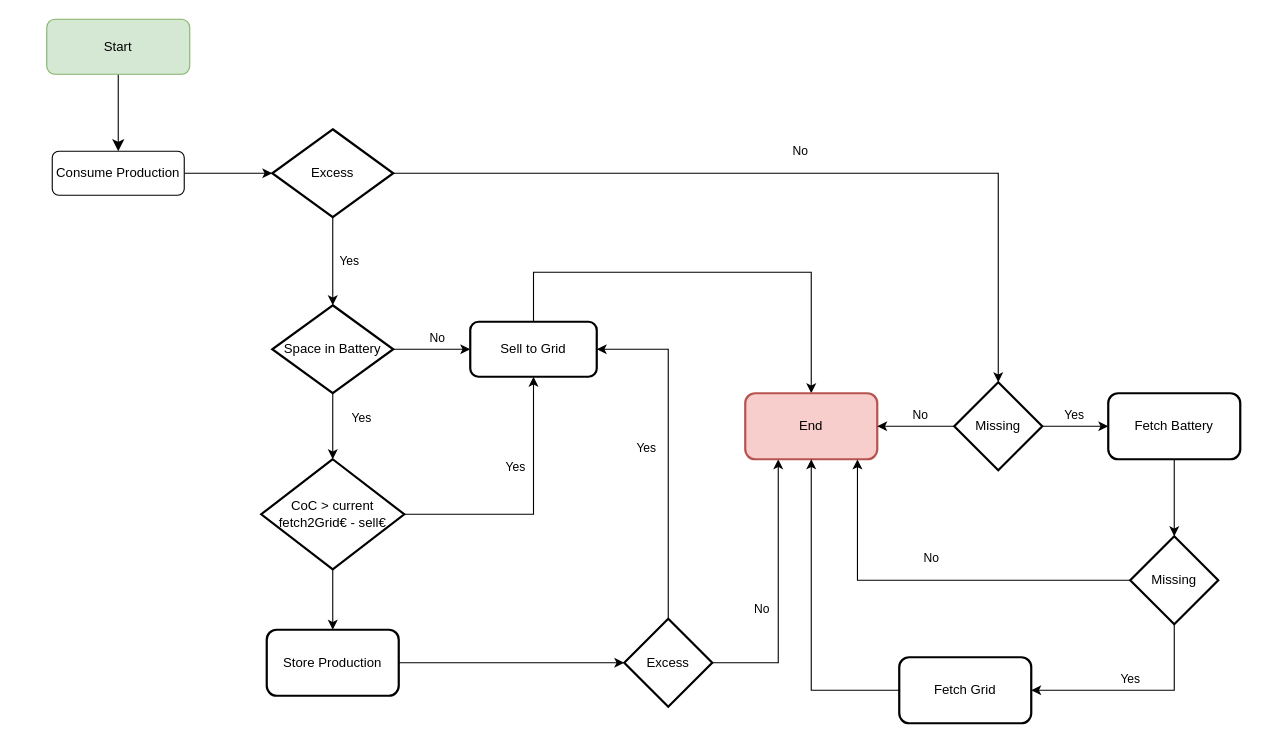
Above: images/algorithm.drawio in miguelmatos-ua/sistema_gestao_rec (draw.io), before the change. Source tidied: cells renumbered, new cells numbered last; positions are measured from the earlier drawing's top-left corner, leaving out a move shared by most shapes. Both pictures are drawn from the tidied source at 110%, with x=0, y=0 at pixel (46, 19).
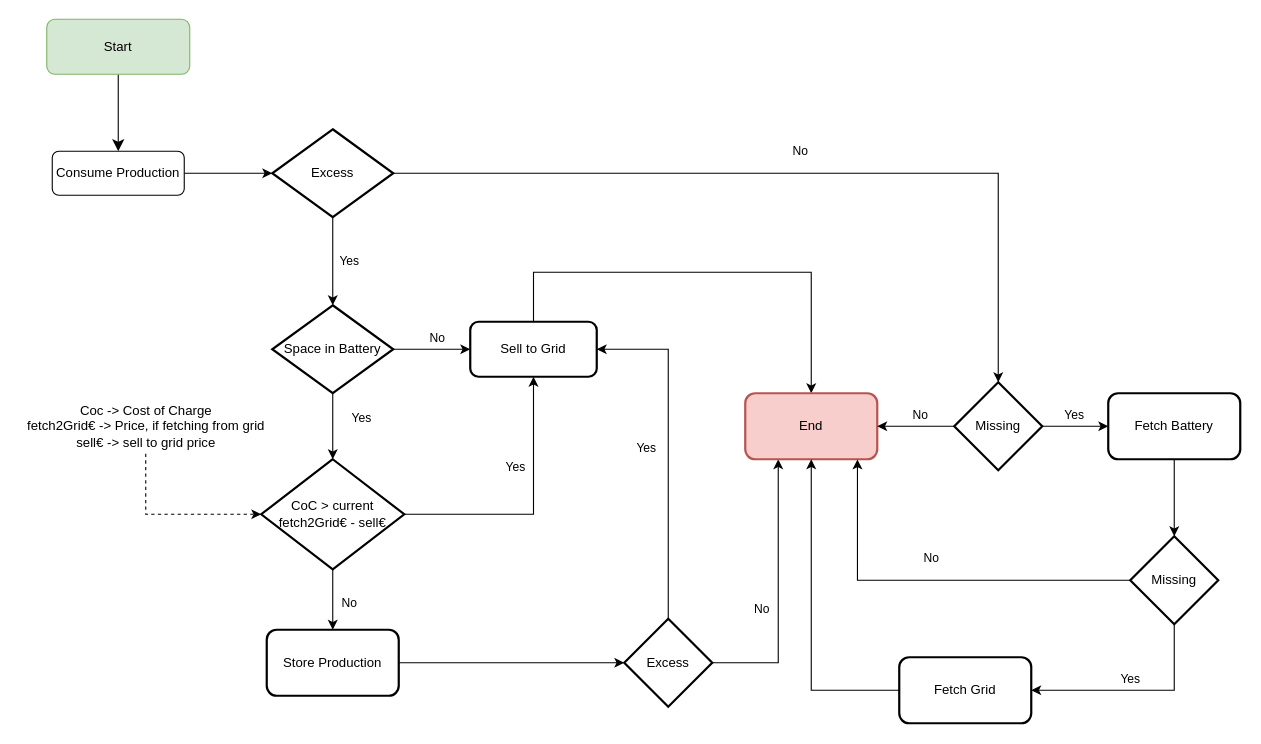
The same page after the edit.

The change refers to these unchanged cells:
```xml
<mxCell id="19" value="Store Production" style="whiteSpace=wrap;html=1;strokeWidth=2;rounded=1;" parent="1" vertex="1">
  <mxGeometry x="200" y="555" width="120" height="60" as="geometry" />
</mxCell>
<mxCell id="20" value="CoC &amp;gt; current fetch2Grid€ - sell€" style="strokeWidth=2;html=1;shape=mxgraph.flowchart.decision;whiteSpace=wrap;rounded=1;gradientColor=none;" parent="1" vertex="1">
  <mxGeometry x="195" y="400" width="130" height="100" as="geometry" />
</mxCell>
```

The edit, as a diff of the source:
```diff
@@
-    <mxCell id="17" style="edgeStyle=orthogonalEdgeStyle;rounded=0;jettySize=auto;html=1;exitX=0.5;exitY=1;exitDx=0;exitDy=0;exitPerimeter=0;" parent="1" edge="1" source="20" target="19">
-      <mxGeometry relative="1" as="geometry" />
+    <mxCell id="17" value="No" style="edgeStyle=orthogonalEdgeStyle;rounded=0;jettySize=auto;html=1;exitX=0.5;exitY=1;exitDx=0;exitDy=0;exitPerimeter=0;" parent="1" edge="1" source="20" target="19">
+      <mxGeometry x="0.09" y="15" relative="1" as="geometry">
+        <mxPoint y="1" as="offset" />
+      </mxGeometry>
     </mxCell>
@@
+    <mxCell id="35" style="edgeStyle=orthogonalEdgeStyle;rounded=0;sketch=0;jettySize=auto;html=1;entryX=0;entryY=0.5;entryDx=0;entryDy=0;entryPerimeter=0;endArrow=classic;endFill=1;dashed=1;" parent="1" edge="1" source="36" target="20">
+      <mxGeometry relative="1" as="geometry" />
+    </mxCell>
+    <mxCell id="36" value="&lt;div&gt;Coc -&amp;gt; Cost of Charge&lt;/div&gt;&lt;div&gt;fetch2Grid€ -&amp;gt; Price, if fetching from grid&lt;/div&gt;&lt;div&gt;sell€ -&amp;gt; sell to grid price&lt;br&gt;&lt;/div&gt;" style="text;html=1;align=center;verticalAlign=middle;points=[];strokeColor=none;fillColor=none;" parent="1" vertex="1">
+      <mxGeometry x="-25" y="345" width="230" height="50" as="geometry" />
+    </mxCell>
```
